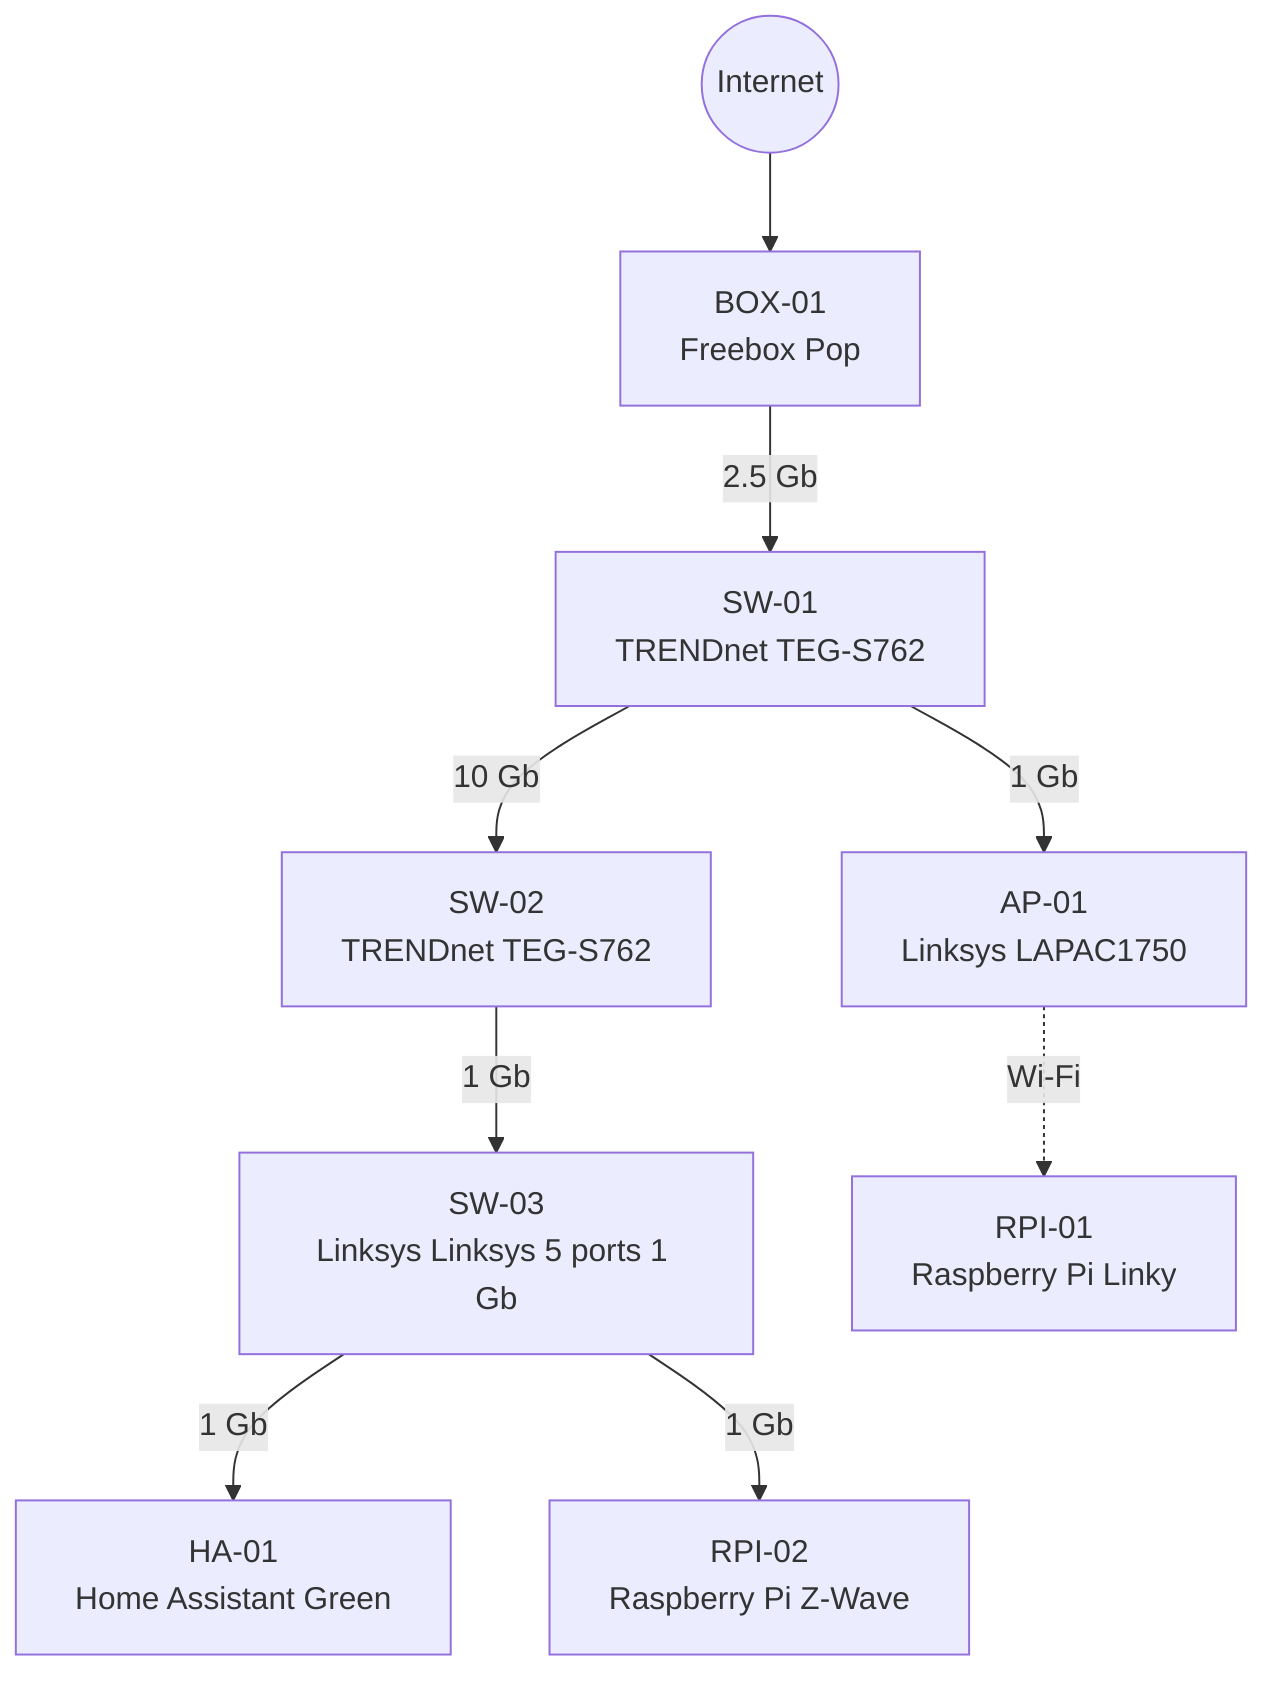
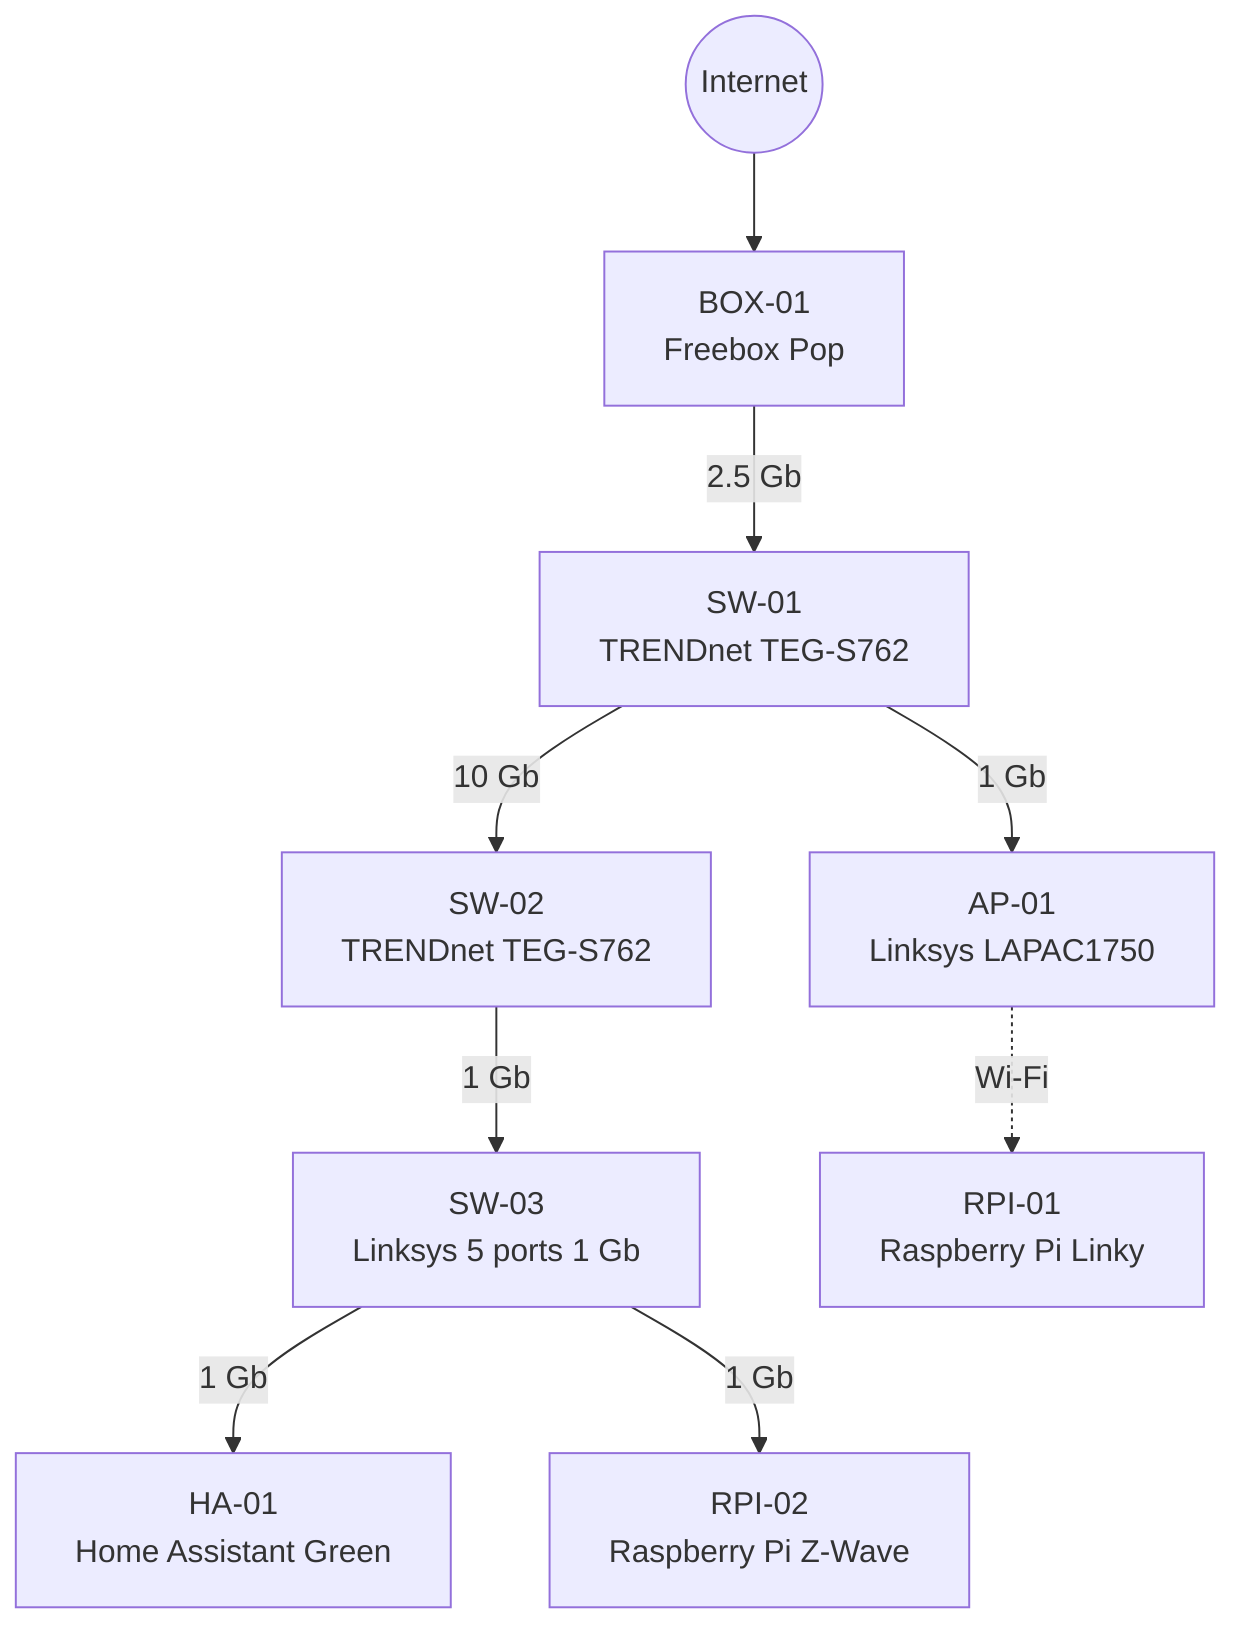
flowchart TD
    Internet((Internet))
    BOX["BOX-01<br/>Freebox Pop"]
    SW1["SW-01<br/>TRENDnet TEG-S762"]
    SW2["SW-02<br/>TRENDnet TEG-S762"]
-     SW3["SW-03<br/>Linksys Linksys 5 ports 1 Gb"]
+     SW3["SW-03<br/>Linksys 5 ports 1 Gb"]
    AP["AP-01<br/>Linksys LAPAC1750"]
    HA["HA-01<br/>Home Assistant Green"]
    RPI_LINKY["RPI-01<br/>Raspberry Pi Linky"]
    RPI_ZWAVE["RPI-02<br/>Raspberry Pi Z-Wave"]

    Internet --> BOX
    BOX -- "2.5 Gb" --> SW1
    SW1 -- "10 Gb" --> SW2
    SW2 -- "1 Gb" --> SW3
    SW1 -- "1 Gb" --> AP
    AP -. "Wi-Fi" .-> RPI_LINKY
    SW3 -- "1 Gb" --> HA
    SW3 -- "1 Gb" --> RPI_ZWAVE